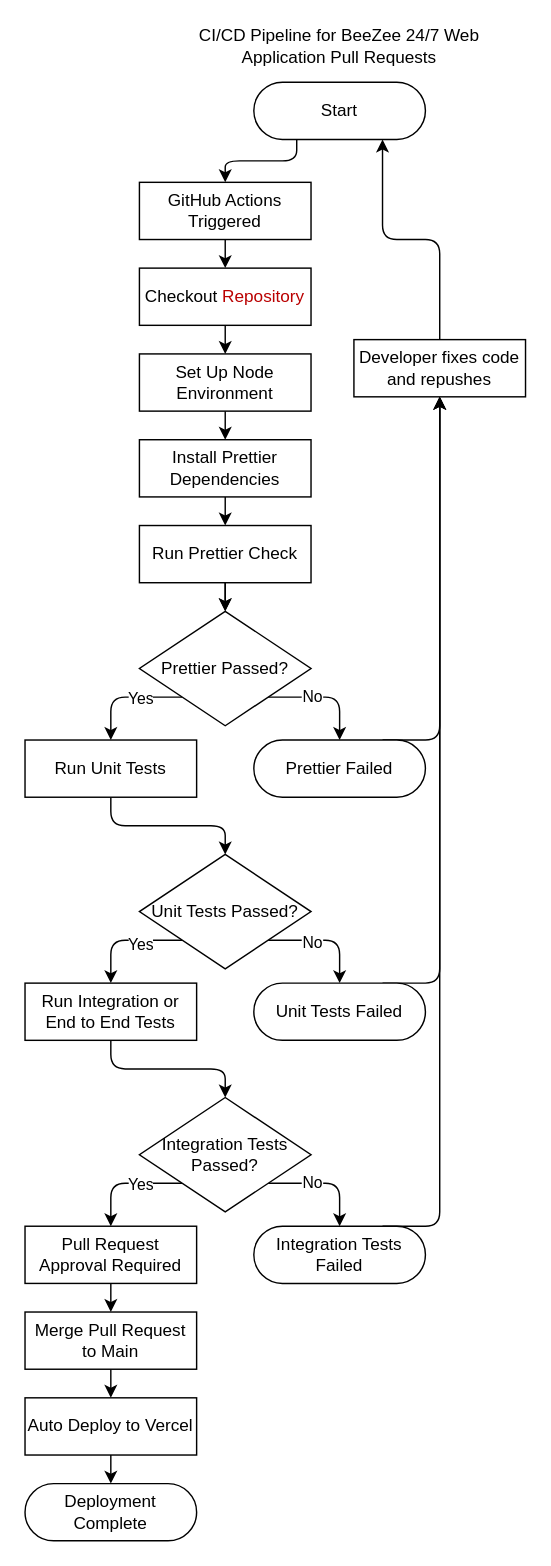
Earlier version of the draw.io diagram admin/cipipeline/phase1.drawio (cse110-sp25-group24/cse110-sp25-group24). Source tidied: cells renumbered, new cells numbered last; positions are measured from the earlier drawing's top-left corner, leaving out a move shared by most shapes. Both pictures are drawn from the tidied source at 143%, with x=0, y=0 at pixel (24, 24).
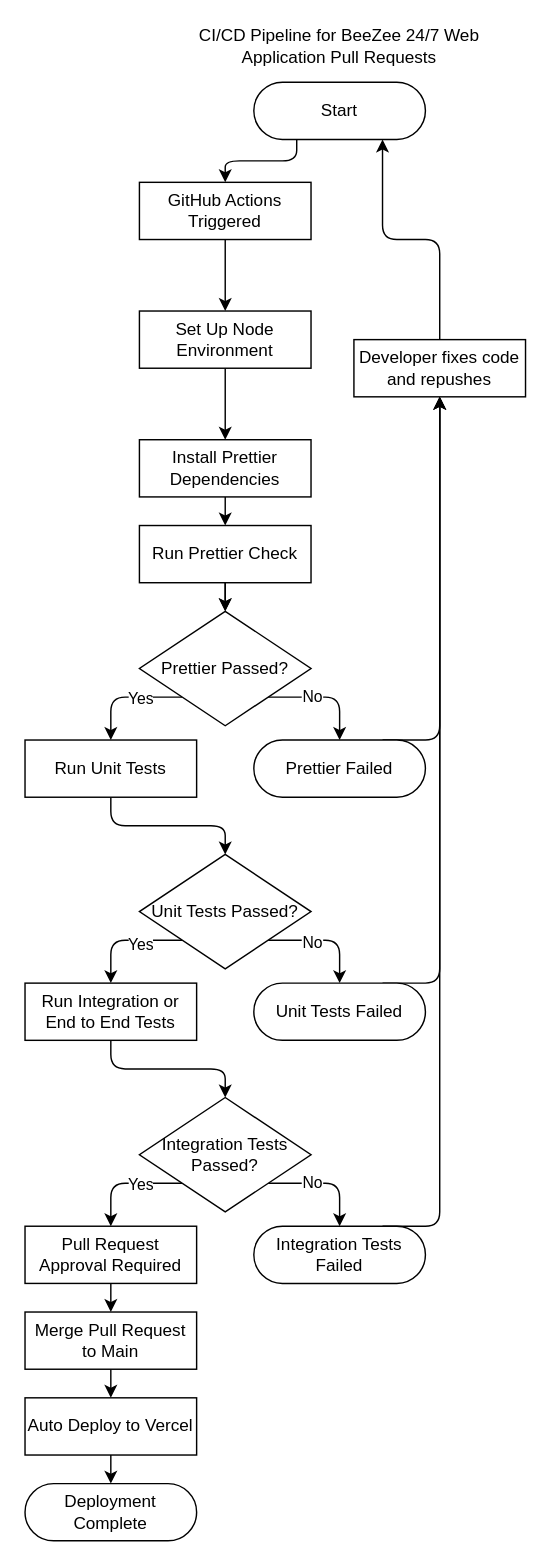
Above is the later version.

Commit message (it also covers changes not shown here):
phase 1 cicd pipeline before video

Unchanged cells that the change refers to:
```xml
<mxCell id="5" value="GitHub Actions Triggered" style="rounded=0;whiteSpace=wrap;html=1;fillColor=light-dark(#FFFFFF,#003366);" parent="1" vertex="1">
  <mxGeometry x="80" y="110" width="120" height="40" as="geometry" />
</mxCell>
```

What changed in the source:
```diff
@@
-    <mxCell id="4" style="edgeStyle=orthogonalEdgeStyle;html=1;exitX=0.5;exitY=1;exitDx=0;exitDy=0;entryX=0.5;entryY=0;entryDx=0;entryDy=0;" parent="1" edge="1" source="5" target="7">
+    <mxCell id="4" style="edgeStyle=orthogonalEdgeStyle;html=1;exitX=0.5;exitY=1;exitDx=0;exitDy=0;entryX=0.5;entryY=0;entryDx=0;entryDy=0;" parent="1" edge="1" source="5" target="9">
       <mxGeometry relative="1" as="geometry" />
     </mxCell>
@@
-    <mxCell id="6" style="edgeStyle=orthogonalEdgeStyle;html=1;exitX=0.5;exitY=1;exitDx=0;exitDy=0;entryX=0.5;entryY=0;entryDx=0;entryDy=0;" parent="1" edge="1" source="7" target="9">
-      <mxGeometry relative="1" as="geometry" />
-    </mxCell>
-    <mxCell id="7" value="Checkout&amp;nbsp;&lt;span style=&quot;background-color: transparent;&quot;&gt;&lt;font color=&quot;rgba(0, 0, 0, 0)&quot;&gt;Repository&lt;/font&gt;&lt;/span&gt;" style="rounded=0;whiteSpace=wrap;html=1;fillColor=light-dark(#FFFFFF,#003366);" parent="1" vertex="1">
-      <mxGeometry x="80" y="170" width="120" height="40" as="geometry" />
-    </mxCell>
@@
     <mxCell id="9" value="Set Up Node Environment" style="rounded=0;whiteSpace=wrap;html=1;fillColor=light-dark(#FFFFFF,#006600);" parent="1" vertex="1">
-      <mxGeometry x="80" y="230" width="120" height="40" as="geometry" />
+      <mxGeometry x="80" y="200" width="120" height="40" as="geometry" />
     </mxCell>
```
